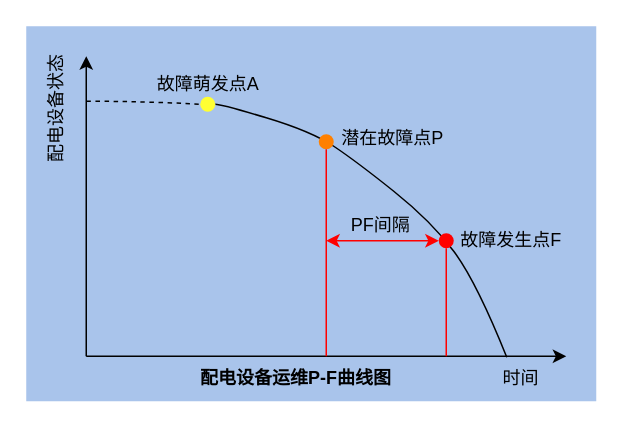
This is page "第 1 页" (1 of 2) of documentation/pfcurve.drawio from CloudOnWings/docs, a draw.io file, before an edit. Source tidied: cells renumbered, new cells numbered last; positions are measured from the earlier drawing's top-left corner, leaving out a move shared by most shapes. Both pictures are drawn from the tidied source at 150%, with x=0, y=0 at pixel (-4, 26).
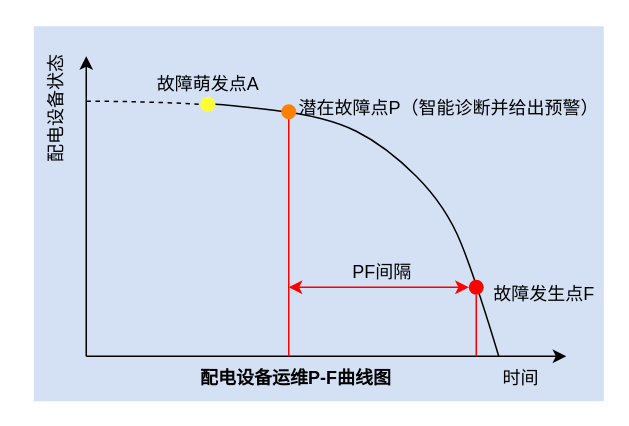
Above is the later version.

Unchanged cells that the change refers to:
```xml
<mxCell id="6" value="时间" style="text;html=1;whiteSpace=wrap;strokeColor=none;fillColor=none;align=center;verticalAlign=middle;rounded=0;rotation=0;" parent="1" vertex="1">
  <mxGeometry x="320" y="220" width="60" height="30" as="geometry" />
</mxCell>
```

Diff of the diagram source:
```diff
@@
-    <mxCell id="2" style="rounded=0;whiteSpace=wrap;html=1;strokeColor=none;fillColor=#A9C4EB;" parent="1" vertex="1">
-      <mxGeometry x="20" width="380" height="250" as="geometry" />
-    </mxCell>
-    <mxCell id="3" style="endArrow=classic;html=1;rounded=0;" parent="1" edge="1">
-      <mxGeometry relative="1" as="geometry">
-        <mxPoint x="60" y="220" as="sourcePoint" />
-        <mxPoint x="380" y="220" as="targetPoint" />
-      </mxGeometry>
-    </mxCell>
-    <mxCell id="4" style="endArrow=classic;html=1;rounded=0;" parent="1" edge="1">
-      <mxGeometry relative="1" as="geometry">
-        <mxPoint x="60" y="220" as="sourcePoint" />
-        <mxPoint x="60" y="20" as="targetPoint" />
-      </mxGeometry>
-    </mxCell>
+    <mxCell id="20" style="rounded=0;whiteSpace=wrap;html=1;strokeColor=none;fillColor=#D4E1F5;" parent="1" vertex="1">
+      <mxGeometry x="25" width="380" height="250" as="geometry" />
+    </mxCell>
+    <mxCell id="21" style="endArrow=classic;html=1;rounded=0;" parent="1" edge="1">
+      <mxGeometry relative="1" as="geometry">
+        <mxPoint x="60" y="220" as="sourcePoint" />
+        <mxPoint x="380" y="220" as="targetPoint" />
+      </mxGeometry>
+    </mxCell>
+    <mxCell id="22" style="endArrow=classic;html=1;rounded=0;" parent="1" edge="1">
+      <mxGeometry relative="1" as="geometry">
+        <mxPoint x="60" y="220" as="sourcePoint" />
+        <mxPoint x="60" y="20" as="targetPoint" />
+      </mxGeometry>
+    </mxCell>
@@
-    <mxCell id="7" style="curved=1;endArrow=none;html=1;rounded=0;entryX=0.339;entryY=0.022;entryDx=0;entryDy=0;entryPerimeter=0;endFill=0;exitX=1;exitY=0.5;exitDx=0;exitDy=0;" parent="1" edge="1" source="12" target="6">
-      <mxGeometry relative="1" as="geometry">
-        <Array as="points">
-          <mxPoint x="150" y="52" />
-          <mxPoint x="210" y="70" />
-          <mxPoint x="240" y="90" />
-          <mxPoint x="290" y="130" />
-          <mxPoint x="320" y="170" />
-        </Array>
-      </mxGeometry>
-    </mxCell>
-    <mxCell id="8" style="ellipse;whiteSpace=wrap;html=1;fillColor=#FF8000;strokeColor=none;" parent="1" vertex="1">
-      <mxGeometry x="215" y="72" width="10" height="10" as="geometry" />
-    </mxCell>
-    <mxCell id="9" style="ellipse;whiteSpace=wrap;html=1;fillColor=#FF0000;strokeColor=none;" parent="1" vertex="1">
-      <mxGeometry x="295" y="138" width="10" height="10" as="geometry" />
-    </mxCell>
+    <mxCell id="23" style="curved=1;endArrow=none;html=1;rounded=0;entryX=0.25;entryY=0;entryDx=0;entryDy=0;endFill=0;exitX=1;exitY=0.5;exitDx=0;exitDy=0;" parent="1" edge="1" source="27" target="6">
+      <mxGeometry relative="1" as="geometry">
+        <Array as="points">
+          <mxPoint x="150" y="52" />
+          <mxPoint x="220" y="60" />
+          <mxPoint x="260" y="80" />
+          <mxPoint x="300" y="120" />
+          <mxPoint x="320" y="170" />
+        </Array>
+      </mxGeometry>
+    </mxCell>
+    <mxCell id="24" style="ellipse;whiteSpace=wrap;html=1;fillColor=#FF8000;strokeColor=none;" parent="1" vertex="1">
+      <mxGeometry x="190" y="52" width="10" height="10" as="geometry" />
+    </mxCell>
+    <mxCell id="25" style="ellipse;whiteSpace=wrap;html=1;fillColor=#FF0000;strokeColor=none;" parent="1" vertex="1">
+      <mxGeometry x="315" y="169" width="10" height="10" as="geometry" />
+    </mxCell>
@@
-    <mxCell id="11" style="curved=1;endArrow=none;html=1;rounded=0;entryX=0;entryY=0.5;entryDx=0;entryDy=0;endFill=0;dashed=1;" parent="1" edge="1" target="12">
-      <mxGeometry relative="1" as="geometry">
-        <mxPoint x="60" y="50" as="sourcePoint" />
-        <Array as="points">
-          <mxPoint x="100" y="50" />
-        </Array>
-      </mxGeometry>
-    </mxCell>
-    <mxCell id="12" style="ellipse;whiteSpace=wrap;html=1;fillColor=#FFFF33;strokeColor=none;" parent="1" vertex="1">
-      <mxGeometry x="136" y="47" width="10" height="10" as="geometry" />
-    </mxCell>
-    <mxCell id="13" value="潜在故障点P" style="text;html=1;whiteSpace=wrap;strokeColor=none;fillColor=none;align=center;verticalAlign=middle;rounded=0;rotation=0;" parent="1" vertex="1">
-      <mxGeometry x="225" y="60" width="79" height="30" as="geometry" />
-    </mxCell>
+    <mxCell id="26" style="curved=1;endArrow=none;html=1;rounded=0;entryX=0;entryY=0.5;entryDx=0;entryDy=0;endFill=0;dashed=1;" parent="1" edge="1" target="27">
+      <mxGeometry relative="1" as="geometry">
+        <mxPoint x="60" y="50" as="sourcePoint" />
+        <Array as="points">
+          <mxPoint x="100" y="50" />
+        </Array>
+      </mxGeometry>
+    </mxCell>
+    <mxCell id="27" style="ellipse;whiteSpace=wrap;html=1;fillColor=#FFFF33;strokeColor=none;" parent="1" vertex="1">
+      <mxGeometry x="136" y="47" width="10" height="10" as="geometry" />
+    </mxCell>
+    <mxCell id="28" value="潜在故障点P（智能诊断并给出预警）" style="text;html=1;whiteSpace=wrap;strokeColor=none;fillColor=none;align=left;verticalAlign=middle;rounded=0;rotation=0;" parent="1" vertex="1">
+      <mxGeometry x="200" y="40" width="200" height="30" as="geometry" />
+    </mxCell>
     <mxCell id="14" value="故障发生点F" style="text;html=1;whiteSpace=wrap;strokeColor=none;fillColor=none;align=center;verticalAlign=middle;rounded=0;rotation=0;" parent="1" vertex="1">
-      <mxGeometry x="304" y="128" width="79" height="30" as="geometry" />
+      <mxGeometry x="326" y="164" width="79" height="30" as="geometry" />
     </mxCell>
@@
-    <mxCell id="16" style="endArrow=none;html=1;rounded=0;entryX=0.5;entryY=1;entryDx=0;entryDy=0;strokeColor=#FF0000;" parent="1" edge="1" target="8">
-      <mxGeometry relative="1" as="geometry">
-        <mxPoint x="220" y="220" as="sourcePoint" />
-      </mxGeometry>
-    </mxCell>
-    <mxCell id="17" style="endArrow=none;html=1;rounded=0;entryX=0.5;entryY=1;entryDx=0;entryDy=0;strokeColor=#FF0000;" parent="1" edge="1" target="9">
-      <mxGeometry relative="1" as="geometry">
-        <mxPoint x="300" y="220" as="sourcePoint" />
-      </mxGeometry>
-    </mxCell>
-    <mxCell id="18" style="endArrow=classic;startArrow=classic;html=1;rounded=0;entryX=0;entryY=0.5;entryDx=0;entryDy=0;strokeColor=#FF0000;" parent="1" edge="1" target="9">
-      <mxGeometry relative="1" as="geometry">
-        <mxPoint x="220" y="143" as="sourcePoint" />
-      </mxGeometry>
-    </mxCell>
+    <mxCell id="29" style="endArrow=none;html=1;rounded=0;entryX=0.5;entryY=1;entryDx=0;entryDy=0;strokeColor=#FF0000;" parent="1" edge="1" target="24">
+      <mxGeometry relative="1" as="geometry">
+        <mxPoint x="195" y="220" as="sourcePoint" />
+      </mxGeometry>
+    </mxCell>
+    <mxCell id="30" style="endArrow=none;html=1;rounded=0;entryX=0.5;entryY=1;entryDx=0;entryDy=0;strokeColor=#FF0000;exitX=0;exitY=0;exitDx=0;exitDy=0;" parent="1" edge="1" source="6" target="25">
+      <mxGeometry relative="1" as="geometry" />
+    </mxCell>
+    <mxCell id="31" style="endArrow=classic;startArrow=classic;html=1;rounded=0;entryX=0;entryY=0.5;entryDx=0;entryDy=0;strokeColor=#FF0000;" parent="1" edge="1" target="25">
+      <mxGeometry relative="1" as="geometry">
+        <mxPoint x="195" y="174" as="sourcePoint" />
+      </mxGeometry>
+    </mxCell>
     <mxCell id="19" value="PF间隔" style="text;html=1;whiteSpace=wrap;strokeColor=none;fillColor=none;align=center;verticalAlign=middle;rounded=0;rotation=0;" parent="1" vertex="1">
-      <mxGeometry x="229" y="118" width="55" height="30" as="geometry" />
+      <mxGeometry x="230" y="149" width="55" height="30" as="geometry" />
     </mxCell>
```
